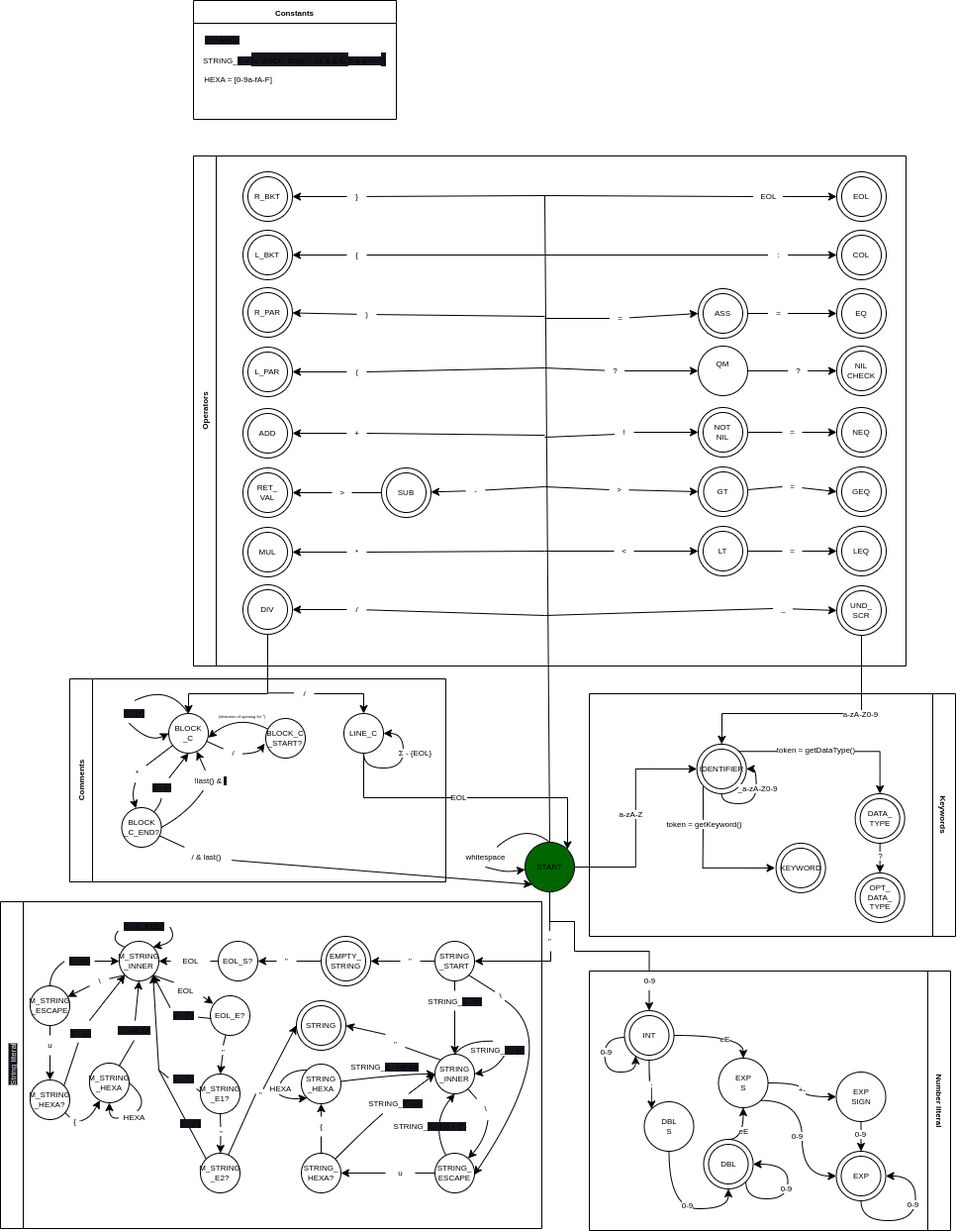
The draw.io diagram doc/fsm_draft.drawio.png in pomjak/IFJ23, before a commit. Source tidied: cells renumbered, new cells last; positions are measured from the earlier drawing's top-left corner, leaving out a move shared by most shapes.
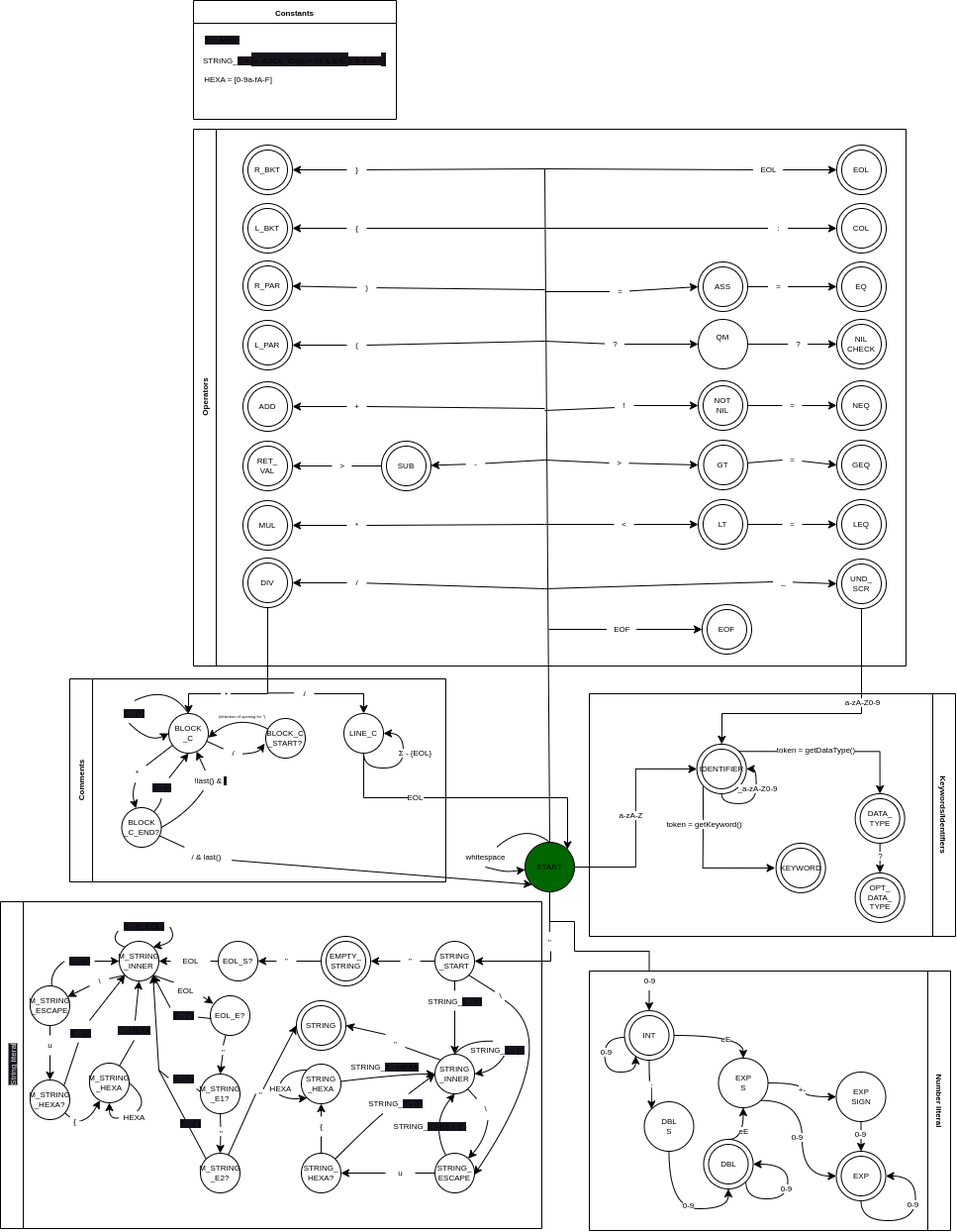
Above is the later version.

Commit message:
add state EOF to fsm

Change to the diagram source:
```diff
@@ -131,7 +131,7 @@
       <mxGeometry relative="1" as="geometry" />
     </mxCell>
     <mxCell id="37" value="Operators" style="swimlane;horizontal=0;whiteSpace=wrap;html=1;rounded=0;shadow=0;glass=0;sketch=0;fontSize=8;spacing=-1;" parent="1" vertex="1">
-      <mxGeometry x="195" y="157" width="720" height="515" as="geometry" />
+      <mxGeometry x="195" y="130" width="720" height="542" as="geometry" />
     </mxCell>
     <mxCell id="38" style="group;fontSize=8;spacing=-1;" parent="37" vertex="1">
       <mxGeometry x="510" y="134" width="50" height="50" as="geometry" />
@@ -556,6 +556,15 @@
     <mxCell id="166" value=":" style="text;html=1;align=center;verticalAlign=middle;points=[];strokeColor=none;fillColor=none;fontSize=8;spacing=-1;" parent="37" vertex="1">
       <mxGeometry x="580.5" y="90" width="20" height="20" as="geometry" />
     </mxCell>
+    <mxCell id="340" style="group;fontSize=8;spacing=-1;" parent="37" vertex="1">
+      <mxGeometry x="514" y="480" width="50" height="50" as="geometry" />
+    </mxCell>
+    <mxCell id="341" style="ellipse;whiteSpace=wrap;html=1;fontSize=8;spacing=-1;" parent="340" vertex="1">
+      <mxGeometry x="5" y="5" width="40" height="40" as="geometry" />
+    </mxCell>
+    <mxCell id="342" value="&lt;div style=&quot;font-size: 8px;&quot;&gt;EOF&lt;/div&gt;" style="ellipse;whiteSpace=wrap;html=1;fillColor=none;fontSize=8;spacing=-1;" parent="340" vertex="1">
+      <mxGeometry width="50" height="50" as="geometry" />
+    </mxCell>
     <mxCell id="167" style="edgeStyle=orthogonalEdgeStyle;shape=connector;rounded=0;jettySize=auto;html=1;exitX=0.5;exitY=1;exitDx=0;exitDy=0;entryX=0.5;entryY=0;entryDx=0;entryDy=0;labelBackgroundColor=default;strokeColor=default;align=center;verticalAlign=middle;fontFamily=Helvetica;fontSize=8;fontColor=default;endArrow=none;elbow=vertical;spacing=-1;" parent="1" edge="1" source="4" target="35">
       <mxGeometry relative="1" as="geometry">
         <Array as="points">
@@ -582,7 +591,9 @@
       </mxGeometry>
     </mxCell>
     <mxCell id="170" value="a-zA-Z0-9" style="edgeLabel;html=1;align=center;verticalAlign=middle;fontSize=8;spacing=-1;" parent="169" vertex="1">
-      <mxGeometry x="-0.36" y="1" relative="1" as="geometry" />
+      <mxGeometry x="-0.36" y="1" relative="1" as="geometry">
+        <mxPoint y="5" as="offset" />
+      </mxGeometry>
     </mxCell>
     <mxCell id="171" style="curved=1;endArrow=none;html=1;exitX=0.5;exitY=0;exitDx=0;exitDy=0;fontSize=8;spacing=-1;" parent="1" edge="1" source="4" target="172">
       <mxGeometry relative="1" as="geometry">
@@ -630,9 +641,8 @@
     <mxCell id="180" value="/" style="text;html=1;align=center;verticalAlign=middle;points=[];strokeColor=none;fillColor=none;fontSize=8;spacing=-1;" parent="174" vertex="1">
       <mxGeometry x="227" y="5" width="20" height="20" as="geometry" />
     </mxCell>
-    <mxCell id="181" style="endArrow=classic;html=1;fontSize=8;jumpSize=6;rounded=0;spacing=-1;" parent="174" edge="1">
+    <mxCell id="181" style="endArrow=classic;html=1;fontSize=8;jumpSize=6;rounded=0;spacing=-1;startArrow=none;" parent="174" edge="1" source="344">
       <mxGeometry relative="1" as="geometry">
-        <mxPoint x="200" y="15" as="sourcePoint" />
         <mxPoint x="120" y="35" as="targetPoint" />
         <Array as="points">
           <mxPoint x="120" y="15" />
@@ -733,6 +743,14 @@
     <mxCell id="203" value="&lt;font style=&quot;font-size: 4px;&quot;&gt;(detection of opening for *)&lt;/font&gt;" style="text;html=1;align=center;verticalAlign=middle;strokeColor=none;fillColor=none;fontSize=5;spacing=0;" parent="174" vertex="1">
       <mxGeometry x="139" y="28" width="70" height="20" as="geometry" />
     </mxCell>
+    <mxCell id="343" style="endArrow=none;html=1;fontSize=8;jumpSize=6;rounded=0;spacing=-1;" parent="174" edge="1" target="344">
+      <mxGeometry relative="1" as="geometry">
+        <mxPoint x="200" y="15" as="sourcePoint" />
+      </mxGeometry>
+    </mxCell>
+    <mxCell id="344" value="&lt;font style=&quot;font-size: 8px;&quot;&gt;*&lt;/font&gt;" style="text;html=1;align=center;verticalAlign=middle;points=[];strokeColor=none;fillColor=none;spacing=0;spacingLeft=-2;spacingBottom=-2;spacingRight=-2;spacingTop=-2;" parent="174" vertex="1">
+      <mxGeometry x="152.5" y="5" width="10" height="20" as="geometry" />
+    </mxCell>
     <mxCell id="204" value="&lt;span style=&quot;color: rgb(240, 240, 240); font-family: Helvetica; font-size: 8px; font-style: normal; font-variant-ligatures: normal; font-variant-caps: normal; font-weight: 400; letter-spacing: normal; orphans: 2; text-align: left; text-indent: 0px; text-transform: none; widows: 2; word-spacing: 0px; -webkit-text-stroke-width: 0px; background-color: rgb(24, 20, 29); text-decoration-thickness: initial; text-decoration-style: initial; text-decoration-color: initial; float: none; display: inline !important;&quot;&gt;String literal&lt;/span&gt;" style="swimlane;horizontal=0;whiteSpace=wrap;html=1;" parent="1" vertex="1">
       <mxGeometry y="910" width="547" height="330" as="geometry" />
     </mxCell>
@@ -1138,7 +1156,7 @@
       <mxGeometry relative="1" as="geometry" />
     </mxCell>
     <mxCell id="314" value="&quot;" style="text;html=1;align=center;verticalAlign=middle;points=[];strokeColor=none;fillColor=none;fontSize=8;spacing=0;" parent="1" vertex="1">
-      <mxGeometry x="545" y="940" width="20" height="20" as="geometry" />
+      <mxGeometry x="545" y="941" width="20" height="20" as="geometry" />
     </mxCell>
     <mxCell id="315" style="endArrow=none;html=1;rounded=0;fontSize=8;exitX=-0.008;exitY=0.442;exitDx=0;exitDy=0;exitPerimeter=0;startArrow=none;" parent="1" edge="1" source="303">
       <mxGeometry relative="1" as="geometry">
@@ -1155,12 +1173,14 @@
       </mxGeometry>
     </mxCell>
     <mxCell id="317" value="EOL" style="edgeLabel;html=1;align=center;verticalAlign=middle;fontSize=8;spacing=-1;" parent="316" vertex="1">
-      <mxGeometry x="-0.07" relative="1" as="geometry" />
+      <mxGeometry x="-0.07" relative="1" as="geometry">
+        <mxPoint x="-44" as="offset" />
+      </mxGeometry>
     </mxCell>
     <mxCell id="318" style="endArrow=classic;html=1;fontSize=8;exitX=1.024;exitY=0.657;exitDx=0;exitDy=0;exitPerimeter=0;entryX=0;entryY=1;entryDx=0;entryDy=0;" parent="1" edge="1" source="197" target="4">
       <mxGeometry relative="1" as="geometry" />
     </mxCell>
-    <mxCell id="319" value="Keywords" style="swimlane;horizontal=0;whiteSpace=wrap;html=1;fontSize=8;rotation=-180;" parent="1" vertex="1">
+    <mxCell id="319" value="Keywords/Identifiers" style="swimlane;horizontal=0;whiteSpace=wrap;html=1;fontSize=8;rotation=-180;" parent="1" vertex="1">
       <mxGeometry x="595" y="700" width="370" height="245" as="geometry" />
     </mxCell>
     <mxCell id="320" style="group;fontSize=8;spacing=-1;" parent="319" vertex="1">
@@ -1243,5 +1263,18 @@
     <mxCell id="339" value="?" style="edgeLabel;html=1;align=center;verticalAlign=middle;fontSize=8;spacing=-1;" parent="338" vertex="1">
       <mxGeometry x="-0.17" relative="1" as="geometry" />
     </mxCell>
+    <mxCell id="345" style="edgeStyle=none;html=1;exitX=0;exitY=0.5;exitDx=0;exitDy=0;fontSize=8;endArrow=none;endFill=0;startArrow=none;startFill=1;" parent="1" edge="1" source="347">
+      <mxGeometry relative="1" as="geometry">
+        <mxPoint x="554" y="635" as="targetPoint" />
+      </mxGeometry>
+    </mxCell>
+    <mxCell id="346" style="edgeStyle=none;html=1;exitX=0;exitY=0.5;exitDx=0;exitDy=0;fontSize=8;endArrow=none;endFill=0;startArrow=classic;startFill=1;" parent="1" edge="1" target="347">
+      <mxGeometry relative="1" as="geometry">
+        <mxPoint x="709" y="635" as="sourcePoint" />
+      </mxGeometry>
+    </mxCell>
+    <mxCell id="347" value="EOF" style="text;html=1;align=center;verticalAlign=middle;points=[];strokeColor=none;fillColor=none;fontSize=8;spacing=0;spacingLeft=-2;spacingRight=-2;" parent="1" vertex="1">
+      <mxGeometry x="612.5" y="625" width="30" height="20" as="geometry" />
+    </mxCell>
   </root>
 </mxGraphModel>
```
